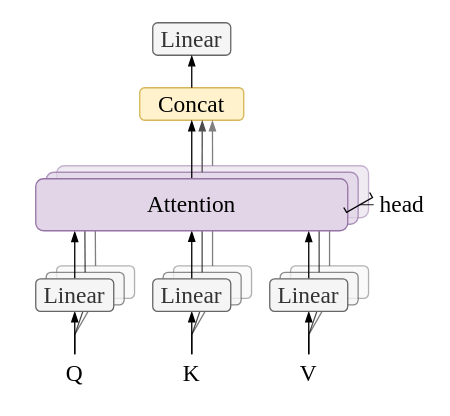
Earlier version of the draw.io diagram machine-learning/Transformer.drawio (zhaicao/images). Source tidied: cells renumbered, new cells numbered last; positions are measured from the earlier drawing's top-left corner, leaving out a move shared by most shapes. Both pictures are drawn from the tidied source at 130%, with x=0, y=0 at pixel (22, 22).
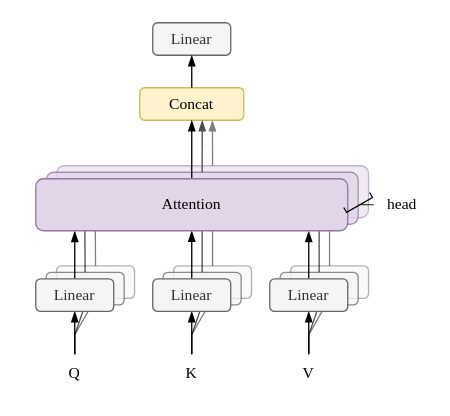
After the change.

What changed in the source:
```diff
@@
-    <mxCell id="2" style="rounded=1;whiteSpace=wrap;html=1;fillColor=#f5f5f5;fontColor=#333333;strokeColor=#666666;opacity=50;fontFamily=Times New Roman;fontSize=18;" parent="1" vertex="1">
+    <mxCell id="2" style="rounded=1;whiteSpace=wrap;html=1;fillColor=#f5f5f5;fontColor=#333333;strokeColor=#666666;opacity=50;fontFamily=Times New Roman;fontSize=12;" parent="1" vertex="1">
       <mxGeometry x="26" y="187" width="60" height="25" as="geometry" />
     </mxCell>
-    <mxCell id="3" style="rounded=1;whiteSpace=wrap;html=1;fillColor=#e1d5e7;strokeColor=#9673a6;opacity=50;fontFamily=Times New Roman;fontSize=18;" parent="1" vertex="1">
+    <mxCell id="3" style="rounded=1;whiteSpace=wrap;html=1;fillColor=#e1d5e7;strokeColor=#9673a6;opacity=50;fontFamily=Times New Roman;fontSize=12;" parent="1" vertex="1">
       <mxGeometry x="26" y="110" width="240" height="40" as="geometry" />
     </mxCell>
-    <mxCell id="4" style="rounded=1;whiteSpace=wrap;html=1;fillColor=#f5f5f5;fontColor=#333333;strokeColor=#666666;opacity=75;fontFamily=Times New Roman;fontSize=18;" parent="1" vertex="1">
+    <mxCell id="4" style="rounded=1;whiteSpace=wrap;html=1;fillColor=#f5f5f5;fontColor=#333333;strokeColor=#666666;opacity=75;fontFamily=Times New Roman;fontSize=12;" parent="1" vertex="1">
       <mxGeometry x="18" y="192" width="60" height="25" as="geometry" />
     </mxCell>
-    <mxCell id="5" style="rounded=1;whiteSpace=wrap;html=1;fillColor=#f5f5f5;fontColor=#333333;strokeColor=#666666;opacity=50;fontFamily=Times New Roman;fontSize=18;" parent="1" vertex="1">
+    <mxCell id="5" style="rounded=1;whiteSpace=wrap;html=1;fillColor=#f5f5f5;fontColor=#333333;strokeColor=#666666;opacity=50;fontFamily=Times New Roman;fontSize=12;" parent="1" vertex="1">
       <mxGeometry x="116" y="187" width="60" height="25" as="geometry" />
     </mxCell>
-    <mxCell id="6" style="rounded=1;whiteSpace=wrap;html=1;fillColor=#f5f5f5;fontColor=#333333;strokeColor=#666666;opacity=75;fontFamily=Times New Roman;fontSize=18;" parent="1" vertex="1">
+    <mxCell id="6" style="rounded=1;whiteSpace=wrap;html=1;fillColor=#f5f5f5;fontColor=#333333;strokeColor=#666666;opacity=75;fontFamily=Times New Roman;fontSize=12;" parent="1" vertex="1">
       <mxGeometry x="108" y="192" width="60" height="25" as="geometry" />
     </mxCell>
-    <mxCell id="7" style="rounded=1;whiteSpace=wrap;html=1;fillColor=#f5f5f5;fontColor=#333333;strokeColor=#666666;opacity=50;fontFamily=Times New Roman;fontSize=18;" parent="1" vertex="1">
+    <mxCell id="7" style="rounded=1;whiteSpace=wrap;html=1;fillColor=#f5f5f5;fontColor=#333333;strokeColor=#666666;opacity=50;fontFamily=Times New Roman;fontSize=12;" parent="1" vertex="1">
       <mxGeometry x="206" y="187" width="60" height="25" as="geometry" />
     </mxCell>
-    <mxCell id="8" style="rounded=1;whiteSpace=wrap;html=1;fillColor=#f5f5f5;fontColor=#333333;strokeColor=#666666;opacity=75;fontFamily=Times New Roman;fontSize=18;" parent="1" vertex="1">
+    <mxCell id="8" style="rounded=1;whiteSpace=wrap;html=1;fillColor=#f5f5f5;fontColor=#333333;strokeColor=#666666;opacity=75;fontFamily=Times New Roman;fontSize=12;" parent="1" vertex="1">
       <mxGeometry x="198" y="192" width="60" height="25" as="geometry" />
     </mxCell>
-    <mxCell id="9" value="Q" style="text;html=1;align=center;verticalAlign=middle;whiteSpace=wrap;rounded=0;fontFamily=Times New Roman;fontSize=18;" parent="1" vertex="1">
+    <mxCell id="9" value="Q" style="text;html=1;align=center;verticalAlign=middle;whiteSpace=wrap;rounded=0;fontFamily=Times New Roman;fontSize=12;" parent="1" vertex="1">
       <mxGeometry y="255" width="80" height="30" as="geometry" />
     </mxCell>
-    <mxCell id="10" value="K" style="text;html=1;align=center;verticalAlign=middle;whiteSpace=wrap;rounded=0;fontFamily=Times New Roman;fontSize=18;" parent="1" vertex="1">
+    <mxCell id="10" value="K" style="text;html=1;align=center;verticalAlign=middle;whiteSpace=wrap;rounded=0;fontFamily=Times New Roman;fontSize=12;" parent="1" vertex="1">
       <mxGeometry x="90" y="255" width="80" height="30" as="geometry" />
     </mxCell>
-    <mxCell id="11" value="V" style="text;html=1;align=center;verticalAlign=middle;whiteSpace=wrap;rounded=0;fontFamily=Times New Roman;fontSize=18;" parent="1" vertex="1">
+    <mxCell id="11" value="V" style="text;html=1;align=center;verticalAlign=middle;whiteSpace=wrap;rounded=0;fontFamily=Times New Roman;fontSize=12;" parent="1" vertex="1">
       <mxGeometry x="180" y="255" width="80" height="30" as="geometry" />
     </mxCell>
-    <mxCell id="12" style="endArrow=blockThin;html=1;rounded=0;exitX=0.5;exitY=0;exitDx=0;exitDy=0;entryX=0.5;entryY=1;entryDx=0;entryDy=0;endFill=1;fontFamily=Times New Roman;fontSize=18;" parent="1" edge="1" source="9" target="32">
+    <mxCell id="12" style="endArrow=blockThin;html=1;rounded=0;exitX=0.5;exitY=0;exitDx=0;exitDy=0;entryX=0.5;entryY=1;entryDx=0;entryDy=0;endFill=1;fontFamily=Times New Roman;fontSize=12;" parent="1" edge="1" source="9" target="32">
       <mxGeometry relative="1" as="geometry" />
     </mxCell>
-    <mxCell id="13" style="endArrow=blockThin;html=1;rounded=0;exitX=0.5;exitY=0;exitDx=0;exitDy=0;endFill=1;entryX=0.125;entryY=1.006;entryDx=0;entryDy=0;entryPerimeter=0;fontFamily=Times New Roman;fontSize=18;" parent="1" edge="1" source="32" target="27">
+    <mxCell id="13" style="endArrow=blockThin;html=1;rounded=0;exitX=0.5;exitY=0;exitDx=0;exitDy=0;endFill=1;entryX=0.125;entryY=1.006;entryDx=0;entryDy=0;entryPerimeter=0;fontFamily=Times New Roman;fontSize=12;" parent="1" edge="1" source="32" target="27">
       <mxGeometry relative="1" as="geometry" />
     </mxCell>
-    <mxCell id="14" style="endArrow=none;html=1;rounded=0;exitX=0.5;exitY=0;exitDx=0;exitDy=0;endFill=1;entryX=0.124;entryY=1.008;entryDx=0;entryDy=0;entryPerimeter=0;startFill=0;opacity=70;fontFamily=Times New Roman;fontSize=18;" parent="1" edge="1" source="4" target="16">
+    <mxCell id="14" style="endArrow=none;html=1;rounded=0;exitX=0.5;exitY=0;exitDx=0;exitDy=0;endFill=1;entryX=0.124;entryY=1.008;entryDx=0;entryDy=0;entryPerimeter=0;startFill=0;opacity=70;fontFamily=Times New Roman;fontSize=12;" parent="1" edge="1" source="4" target="16">
       <mxGeometry relative="1" as="geometry" />
     </mxCell>
-    <mxCell id="15" style="endArrow=none;html=1;rounded=0;exitX=0.5;exitY=0;exitDx=0;exitDy=0;endFill=1;entryX=0.124;entryY=1.009;entryDx=0;entryDy=0;entryPerimeter=0;startFill=0;opacity=50;fontFamily=Times New Roman;fontSize=18;" parent="1" edge="1" source="2" target="3">
+    <mxCell id="15" style="endArrow=none;html=1;rounded=0;exitX=0.5;exitY=0;exitDx=0;exitDy=0;endFill=1;entryX=0.124;entryY=1.009;entryDx=0;entryDy=0;entryPerimeter=0;startFill=0;opacity=50;fontFamily=Times New Roman;fontSize=12;" parent="1" edge="1" source="2" target="3">
       <mxGeometry relative="1" as="geometry" />
     </mxCell>
-    <mxCell id="16" style="rounded=1;whiteSpace=wrap;html=1;fillColor=#e1d5e7;strokeColor=#9673a6;opacity=75;fontFamily=Times New Roman;fontSize=18;" parent="1" vertex="1">
+    <mxCell id="16" style="rounded=1;whiteSpace=wrap;html=1;fillColor=#e1d5e7;strokeColor=#9673a6;opacity=75;fontFamily=Times New Roman;fontSize=12;" parent="1" vertex="1">
       <mxGeometry x="18" y="115" width="240" height="40" as="geometry" />
     </mxCell>
-    <mxCell id="17" style="endArrow=blockThin;html=1;rounded=0;exitX=0.5;exitY=0;exitDx=0;exitDy=0;endFill=1;entryX=0.5;entryY=1;entryDx=0;entryDy=0;fontFamily=Times New Roman;fontSize=18;" parent="1" edge="1" source="39" target="27">
+    <mxCell id="17" style="endArrow=blockThin;html=1;rounded=0;exitX=0.5;exitY=0;exitDx=0;exitDy=0;endFill=1;entryX=0.5;entryY=1;entryDx=0;entryDy=0;fontFamily=Times New Roman;fontSize=12;" parent="1" edge="1" source="39" target="27">
       <mxGeometry relative="1" as="geometry" />
     </mxCell>
-    <mxCell id="18" style="endArrow=none;html=1;rounded=0;exitX=0.5;exitY=0;exitDx=0;exitDy=0;endFill=1;entryX=0.5;entryY=1;entryDx=0;entryDy=0;startFill=0;opacity=70;fontFamily=Times New Roman;fontSize=18;" parent="1" edge="1" source="6" target="16">
+    <mxCell id="18" style="endArrow=none;html=1;rounded=0;exitX=0.5;exitY=0;exitDx=0;exitDy=0;endFill=1;entryX=0.5;entryY=1;entryDx=0;entryDy=0;startFill=0;opacity=70;fontFamily=Times New Roman;fontSize=12;" parent="1" edge="1" source="6" target="16">
       <mxGeometry relative="1" as="geometry" />
     </mxCell>
-    <mxCell id="19" style="endArrow=none;html=1;rounded=0;exitX=0.5;exitY=0;exitDx=0;exitDy=0;endFill=1;entryX=0.5;entryY=1;entryDx=0;entryDy=0;startFill=0;opacity=50;fontFamily=Times New Roman;fontSize=18;" parent="1" edge="1" source="5" target="3">
+    <mxCell id="19" style="endArrow=none;html=1;rounded=0;exitX=0.5;exitY=0;exitDx=0;exitDy=0;endFill=1;entryX=0.5;entryY=1;entryDx=0;entryDy=0;startFill=0;opacity=50;fontFamily=Times New Roman;fontSize=12;" parent="1" edge="1" source="5" target="3">
       <mxGeometry relative="1" as="geometry" />
     </mxCell>
-    <mxCell id="20" style="endArrow=blockThin;html=1;rounded=0;exitX=0.5;exitY=0;exitDx=0;exitDy=0;endFill=1;entryX=0.875;entryY=1.008;entryDx=0;entryDy=0;entryPerimeter=0;fontFamily=Times New Roman;fontSize=18;" parent="1" edge="1" source="40" target="27">
+    <mxCell id="20" style="endArrow=blockThin;html=1;rounded=0;exitX=0.5;exitY=0;exitDx=0;exitDy=0;endFill=1;entryX=0.875;entryY=1.008;entryDx=0;entryDy=0;entryPerimeter=0;fontFamily=Times New Roman;fontSize=12;" parent="1" edge="1" source="40" target="27">
       <mxGeometry relative="1" as="geometry" />
     </mxCell>
-    <mxCell id="21" style="endArrow=none;html=1;rounded=0;exitX=0.5;exitY=0;exitDx=0;exitDy=0;endFill=1;entryX=0.875;entryY=0.994;entryDx=0;entryDy=0;startFill=0;entryPerimeter=0;opacity=70;fontFamily=Times New Roman;fontSize=18;" parent="1" edge="1" source="8" target="16">
+    <mxCell id="21" style="endArrow=none;html=1;rounded=0;exitX=0.5;exitY=0;exitDx=0;exitDy=0;endFill=1;entryX=0.875;entryY=0.994;entryDx=0;entryDy=0;startFill=0;entryPerimeter=0;opacity=70;fontFamily=Times New Roman;fontSize=12;" parent="1" edge="1" source="8" target="16">
       <mxGeometry relative="1" as="geometry" />
     </mxCell>
-    <mxCell id="22" style="endArrow=none;html=1;rounded=0;exitX=0.5;exitY=0;exitDx=0;exitDy=0;endFill=1;entryX=0.875;entryY=1.004;entryDx=0;entryDy=0;startFill=0;entryPerimeter=0;opacity=50;fontFamily=Times New Roman;fontSize=18;" parent="1" edge="1" source="7" target="3">
+    <mxCell id="22" style="endArrow=none;html=1;rounded=0;exitX=0.5;exitY=0;exitDx=0;exitDy=0;endFill=1;entryX=0.875;entryY=1.004;entryDx=0;entryDy=0;startFill=0;entryPerimeter=0;opacity=50;fontFamily=Times New Roman;fontSize=12;" parent="1" edge="1" source="7" target="3">
       <mxGeometry relative="1" as="geometry" />
     </mxCell>
-    <mxCell id="23" value="Concat" style="rounded=1;whiteSpace=wrap;html=1;fillColor=#fff2cc;strokeColor=#d6b656;fontFamily=Times New Roman;fontSize=18;" parent="1" vertex="1">
+    <mxCell id="23" value="Concat" style="rounded=1;whiteSpace=wrap;html=1;fillColor=#fff2cc;strokeColor=#d6b656;fontFamily=Times New Roman;fontSize=12;" parent="1" vertex="1">
       <mxGeometry x="90" y="50" width="80" height="25" as="geometry" />
     </mxCell>
-    <mxCell id="24" style="endArrow=blockThin;html=1;rounded=0;exitX=0.5;exitY=0;exitDx=0;exitDy=0;endFill=1;entryX=0.5;entryY=1;entryDx=0;entryDy=0;fontFamily=Times New Roman;fontSize=18;" parent="1" edge="1" source="27" target="23">
+    <mxCell id="24" style="endArrow=blockThin;html=1;rounded=0;exitX=0.5;exitY=0;exitDx=0;exitDy=0;endFill=1;entryX=0.5;entryY=1;entryDx=0;entryDy=0;fontFamily=Times New Roman;fontSize=12;" parent="1" edge="1" source="27" target="23">
       <mxGeometry relative="1" as="geometry" />
     </mxCell>
-    <mxCell id="25" style="endArrow=blockThin;html=1;rounded=0;exitX=0.5;exitY=0;exitDx=0;exitDy=0;endFill=1;entryX=0.601;entryY=1;entryDx=0;entryDy=0;entryPerimeter=0;curved=0;strokeColor=light-dark(#4c4c4c, #686868);fontFamily=Times New Roman;fontSize=18;" parent="1" edge="1" source="16" target="23">
+    <mxCell id="25" style="endArrow=blockThin;html=1;rounded=0;exitX=0.5;exitY=0;exitDx=0;exitDy=0;endFill=1;entryX=0.601;entryY=1;entryDx=0;entryDy=0;entryPerimeter=0;curved=0;strokeColor=light-dark(#4c4c4c, #686868);fontFamily=Times New Roman;fontSize=12;" parent="1" edge="1" source="16" target="23">
       <mxGeometry relative="1" as="geometry" />
     </mxCell>
-    <mxCell id="26" style="endArrow=blockThin;html=1;rounded=0;exitX=0.5;exitY=0;exitDx=0;exitDy=0;endFill=1;entryX=0.699;entryY=1.004;entryDx=0;entryDy=0;entryPerimeter=0;strokeColor=light-dark(#7f7f7f, #ededed);fontFamily=Times New Roman;fontSize=18;" parent="1" edge="1" source="3" target="23">
+    <mxCell id="26" style="endArrow=blockThin;html=1;rounded=0;exitX=0.5;exitY=0;exitDx=0;exitDy=0;endFill=1;entryX=0.699;entryY=1.004;entryDx=0;entryDy=0;entryPerimeter=0;strokeColor=light-dark(#7f7f7f, #ededed);fontFamily=Times New Roman;fontSize=12;" parent="1" edge="1" source="3" target="23">
       <mxGeometry relative="1" as="geometry" />
     </mxCell>
-    <mxCell id="27" value="Attention" style="rounded=1;whiteSpace=wrap;html=1;fillColor=#e1d5e7;strokeColor=#9673a6;fontFamily=Times New Roman;fontSize=18;" parent="1" vertex="1">
+    <mxCell id="27" value="Attention" style="rounded=1;whiteSpace=wrap;html=1;fillColor=#e1d5e7;strokeColor=#9673a6;fontFamily=Times New Roman;fontSize=12;" parent="1" vertex="1">
       <mxGeometry x="10" y="120" width="240" height="40" as="geometry" />
     </mxCell>
-    <mxCell id="28" value="Linear" style="rounded=1;whiteSpace=wrap;html=1;fillColor=#f5f5f5;fontColor=#333333;strokeColor=#666666;fontFamily=Times New Roman;fontSize=18;" parent="1" vertex="1">
+    <mxCell id="28" value="Linear" style="rounded=1;whiteSpace=wrap;html=1;fillColor=#f5f5f5;fontColor=#333333;strokeColor=#666666;fontFamily=Times New Roman;fontSize=12;" parent="1" vertex="1">
       <mxGeometry x="100" width="60" height="25" as="geometry" />
     </mxCell>
-    <mxCell id="29" style="endArrow=blockThin;html=1;rounded=0;exitX=0.5;exitY=0;exitDx=0;exitDy=0;endFill=1;entryX=0.5;entryY=1;entryDx=0;entryDy=0;fontFamily=Times New Roman;fontSize=18;" parent="1" edge="1" source="23" target="28">
+    <mxCell id="29" style="endArrow=blockThin;html=1;rounded=0;exitX=0.5;exitY=0;exitDx=0;exitDy=0;endFill=1;entryX=0.5;entryY=1;entryDx=0;entryDy=0;fontFamily=Times New Roman;fontSize=12;" parent="1" edge="1" source="23" target="28">
       <mxGeometry relative="1" as="geometry" />
     </mxCell>
-    <mxCell id="30" style="endArrow=none;html=1;rounded=0;exitX=0.5;exitY=0;exitDx=0;exitDy=0;entryX=0.5;entryY=1;entryDx=0;entryDy=0;endFill=1;startFill=0;opacity=70;fontFamily=Times New Roman;fontSize=18;" parent="1" edge="1" source="9" target="4">
+    <mxCell id="30" style="endArrow=none;html=1;rounded=0;exitX=0.5;exitY=0;exitDx=0;exitDy=0;entryX=0.5;entryY=1;entryDx=0;entryDy=0;endFill=1;startFill=0;opacity=70;fontFamily=Times New Roman;fontSize=12;" parent="1" edge="1" source="9" target="4">
       <mxGeometry relative="1" as="geometry">
         <Array as="points">
           <mxPoint x="40" y="240" />
         </Array>
       </mxGeometry>
     </mxCell>
-    <mxCell id="31" style="endArrow=none;html=1;rounded=0;exitX=0.5;exitY=0;exitDx=0;exitDy=0;entryX=0.5;entryY=1;entryDx=0;entryDy=0;endFill=1;startFill=0;opacity=50;fontFamily=Times New Roman;fontSize=18;" parent="1" edge="1" source="9" target="2">
+    <mxCell id="31" style="endArrow=none;html=1;rounded=0;exitX=0.5;exitY=0;exitDx=0;exitDy=0;entryX=0.5;entryY=1;entryDx=0;entryDy=0;endFill=1;startFill=0;opacity=50;fontFamily=Times New Roman;fontSize=12;" parent="1" edge="1" source="9" target="2">
       <mxGeometry relative="1" as="geometry">
         <Array as="points">
           <mxPoint x="40" y="240" />
         </Array>
       </mxGeometry>
     </mxCell>
-    <mxCell id="32" value="Linear" style="rounded=1;whiteSpace=wrap;html=1;fillColor=#f5f5f5;fontColor=#333333;strokeColor=#666666;fontFamily=Times New Roman;fontSize=18;" parent="1" vertex="1">
+    <mxCell id="32" value="Linear" style="rounded=1;whiteSpace=wrap;html=1;fillColor=#f5f5f5;fontColor=#333333;strokeColor=#666666;fontFamily=Times New Roman;fontSize=12;" parent="1" vertex="1">
       <mxGeometry x="10" y="197" width="60" height="25" as="geometry" />
     </mxCell>
-    <mxCell id="33" style="endArrow=blockThin;html=1;rounded=0;exitX=0.5;exitY=0;exitDx=0;exitDy=0;entryX=0.5;entryY=1;entryDx=0;entryDy=0;endFill=1;fontFamily=Times New Roman;fontSize=18;" parent="1" edge="1">
+    <mxCell id="33" style="endArrow=blockThin;html=1;rounded=0;exitX=0.5;exitY=0;exitDx=0;exitDy=0;entryX=0.5;entryY=1;entryDx=0;entryDy=0;endFill=1;fontFamily=Times New Roman;fontSize=12;" parent="1" edge="1">
       <mxGeometry relative="1" as="geometry">
         <mxPoint x="130" y="255" as="sourcePoint" />
         <mxPoint x="130" y="222" as="targetPoint" />
       </mxGeometry>
     </mxCell>
-    <mxCell id="34" style="endArrow=none;html=1;rounded=0;exitX=0.5;exitY=0;exitDx=0;exitDy=0;entryX=0.5;entryY=1;entryDx=0;entryDy=0;endFill=1;startFill=0;opacity=70;fontFamily=Times New Roman;fontSize=18;" parent="1" edge="1">
+    <mxCell id="34" style="endArrow=none;html=1;rounded=0;exitX=0.5;exitY=0;exitDx=0;exitDy=0;entryX=0.5;entryY=1;entryDx=0;entryDy=0;endFill=1;startFill=0;opacity=70;fontFamily=Times New Roman;fontSize=12;" parent="1" edge="1">
       <mxGeometry relative="1" as="geometry">
         <mxPoint x="130" y="255" as="sourcePoint" />
         <mxPoint x="138" y="217" as="targetPoint" />
         <Array as="points">
           <mxPoint x="130" y="240" />
         </Array>
       </mxGeometry>
     </mxCell>
-    <mxCell id="35" style="endArrow=none;html=1;rounded=0;exitX=0.5;exitY=0;exitDx=0;exitDy=0;entryX=0.5;entryY=1;entryDx=0;entryDy=0;endFill=1;startFill=0;opacity=50;fontFamily=Times New Roman;fontSize=18;" parent="1" edge="1">
+    <mxCell id="35" style="endArrow=none;html=1;rounded=0;exitX=0.5;exitY=0;exitDx=0;exitDy=0;entryX=0.5;entryY=1;entryDx=0;entryDy=0;endFill=1;startFill=0;opacity=50;fontFamily=Times New Roman;fontSize=12;" parent="1" edge="1">
       <mxGeometry relative="1" as="geometry">
         <mxPoint x="130" y="255" as="sourcePoint" />
         <mxPoint x="146" y="212" as="targetPoint" />
         <Array as="points">
           <mxPoint x="130" y="240" />
         </Array>
       </mxGeometry>
     </mxCell>
-    <mxCell id="36" style="endArrow=blockThin;html=1;rounded=0;exitX=0.5;exitY=0;exitDx=0;exitDy=0;entryX=0.5;entryY=1;entryDx=0;entryDy=0;endFill=1;fontFamily=Times New Roman;fontSize=18;" parent="1" edge="1">
+    <mxCell id="36" style="endArrow=blockThin;html=1;rounded=0;exitX=0.5;exitY=0;exitDx=0;exitDy=0;entryX=0.5;entryY=1;entryDx=0;entryDy=0;endFill=1;fontFamily=Times New Roman;fontSize=12;" parent="1" edge="1">
       <mxGeometry relative="1" as="geometry">
         <mxPoint x="220" y="255" as="sourcePoint" />
         <mxPoint x="220" y="222" as="targetPoint" />
       </mxGeometry>
     </mxCell>
-    <mxCell id="37" style="endArrow=none;html=1;rounded=0;exitX=0.5;exitY=0;exitDx=0;exitDy=0;entryX=0.5;entryY=1;entryDx=0;entryDy=0;endFill=1;startFill=0;opacity=70;fontFamily=Times New Roman;fontSize=18;" parent="1" edge="1">
+    <mxCell id="37" style="endArrow=none;html=1;rounded=0;exitX=0.5;exitY=0;exitDx=0;exitDy=0;entryX=0.5;entryY=1;entryDx=0;entryDy=0;endFill=1;startFill=0;opacity=70;fontFamily=Times New Roman;fontSize=12;" parent="1" edge="1">
       <mxGeometry relative="1" as="geometry">
         <mxPoint x="220" y="255" as="sourcePoint" />
         <mxPoint x="228" y="217" as="targetPoint" />
         <Array as="points">
           <mxPoint x="220" y="240" />
         </Array>
       </mxGeometry>
     </mxCell>
-    <mxCell id="38" style="endArrow=none;html=1;rounded=0;exitX=0.5;exitY=0;exitDx=0;exitDy=0;entryX=0.5;entryY=1;entryDx=0;entryDy=0;endFill=1;startFill=0;opacity=50;fontFamily=Times New Roman;fontSize=18;" parent="1" edge="1">
+    <mxCell id="38" style="endArrow=none;html=1;rounded=0;exitX=0.5;exitY=0;exitDx=0;exitDy=0;entryX=0.5;entryY=1;entryDx=0;entryDy=0;endFill=1;startFill=0;opacity=50;fontFamily=Times New Roman;fontSize=12;" parent="1" edge="1">
       <mxGeometry relative="1" as="geometry">
         <mxPoint x="220" y="255" as="sourcePoint" />
         <mxPoint x="236" y="212" as="targetPoint" />
         <Array as="points">
           <mxPoint x="220" y="240" />
         </Array>
       </mxGeometry>
     </mxCell>
-    <mxCell id="39" value="Linear" style="rounded=1;whiteSpace=wrap;html=1;fillColor=#f5f5f5;fontColor=#333333;strokeColor=#666666;fontFamily=Times New Roman;fontSize=18;" parent="1" vertex="1">
+    <mxCell id="39" value="Linear" style="rounded=1;whiteSpace=wrap;html=1;fillColor=#f5f5f5;fontColor=#333333;strokeColor=#666666;fontFamily=Times New Roman;fontSize=12;" parent="1" vertex="1">
       <mxGeometry x="100" y="197" width="60" height="25" as="geometry" />
     </mxCell>
-    <mxCell id="40" value="Linear" style="rounded=1;whiteSpace=wrap;html=1;fillColor=#f5f5f5;fontColor=#333333;strokeColor=#666666;fontFamily=Times New Roman;fontSize=18;" parent="1" vertex="1">
+    <mxCell id="40" value="Linear" style="rounded=1;whiteSpace=wrap;html=1;fillColor=#f5f5f5;fontColor=#333333;strokeColor=#666666;fontFamily=Times New Roman;fontSize=12;" parent="1" vertex="1">
       <mxGeometry x="190" y="197" width="60" height="25" as="geometry" />
     </mxCell>
-    <mxCell id="41" style="shape=partialRectangle;whiteSpace=wrap;html=1;bottom=1;right=1;left=1;top=0;fillColor=none;routingCenterX=-0.5;rotation=-30;fontFamily=Times New Roman;fontSize=18;" parent="1" vertex="1">
+    <mxCell id="41" style="shape=partialRectangle;whiteSpace=wrap;html=1;bottom=1;right=1;left=1;top=0;fillColor=none;routingCenterX=-0.5;rotation=-30;fontFamily=Times New Roman;fontSize=12;" parent="1" vertex="1">
       <mxGeometry x="246.6" y="136.5" width="23" height="3.9" as="geometry" />
     </mxCell>
-    <mxCell id="42" style="endArrow=none;html=1;rounded=0;strokeWidth=0.7;fontFamily=Times New Roman;fontSize=18;" parent="1" edge="1">
+    <mxCell id="42" style="endArrow=none;html=1;rounded=0;strokeWidth=0.7;fontFamily=Times New Roman;fontSize=12;" parent="1" edge="1">
       <mxGeometry relative="1" as="geometry">
         <mxPoint x="259" y="140" as="sourcePoint" />
         <mxPoint x="270" y="140" as="targetPoint" />
       </mxGeometry>
     </mxCell>
-    <mxCell id="43" value="head" style="text;html=1;align=center;verticalAlign=middle;whiteSpace=wrap;rounded=0;fontFamily=Times New Roman;fontSize=18;" parent="1" vertex="1">
+    <mxCell id="43" value="head" style="text;html=1;align=center;verticalAlign=middle;whiteSpace=wrap;rounded=0;fontFamily=Times New Roman;fontSize=12;" parent="1" vertex="1">
       <mxGeometry x="272" y="125" width="40" height="30" as="geometry" />
     </mxCell>
```
